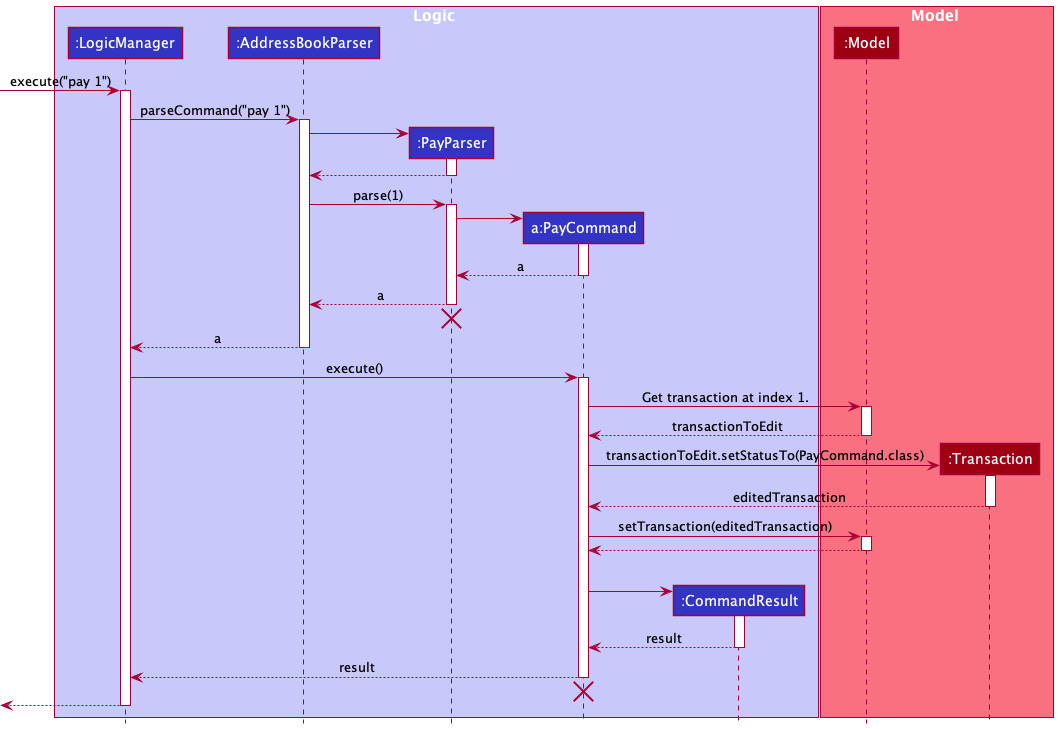
The PlantUML diagram docs/images/PaySequenceDiagram.png in nus-cs2103-AY2122S2/tp, before a commit. The source it was exported from:
```plantuml
@startuml
!include style.puml

box Logic LOGIC_COLOR_T1
participant ":LogicManager" as LogicManager LOGIC_COLOR
participant ":AddressBookParser" as AddressBookParser LOGIC_COLOR
participant ":PayParser" as PayParser LOGIC_COLOR
participant "a:PayCommand" as PayCommand LOGIC_COLOR
participant ":CommandResult" as CommandResult LOGIC_COLOR
end box

box Model MODEL_COLOR_T1
participant ":Model" as Model MODEL_COLOR
participant ":Transaction" as Transaction MODEL_COLOR
end box

[-> LogicManager : execute("pay 1")
activate LogicManager

LogicManager -> AddressBookParser : parseCommand("pay 1")
activate AddressBookParser

create PayParser
AddressBookParser -> PayParser
activate PayParser

PayParser --> AddressBookParser
deactivate PayParser

AddressBookParser -> PayParser : parse(1)
activate PayParser

create PayCommand
PayParser -> PayCommand
activate PayCommand


PayCommand --> PayParser : a
deactivate PayCommand

PayParser --> AddressBookParser : a
deactivate PayParser
PayParser -[hidden]-> AddressBookParser
destroy PayParser

AddressBookParser --> LogicManager : a
deactivate AddressBookParser

LogicManager -> PayCommand : execute()
activate PayCommand

PayCommand -> Model : Get transaction at index 1.
activate Model
Model --> PayCommand : transactionToEdit
deactivate Model

create Transaction
PayCommand -> Transaction : transactionToEdit.setStatusTo(PayCommand.class)
activate Transaction

Transaction --> PayCommand : editedTransaction
deactivate Transaction

PayCommand -> Model : setTransaction(editedTransaction)
activate Model

Model --> PayCommand
deactivate Model

PayCommand -[hidden]-> PayCommand
create CommandResult
PayCommand -> CommandResult
activate CommandResult

CommandResult --> PayCommand : result
deactivate CommandResult

PayCommand --> LogicManager : result
deactivate PayCommand
PayCommand -[hidden]-> AddressBookParser
destroy PayCommand

[<--LogicManager
deactivate LogicManager
@enduml
```
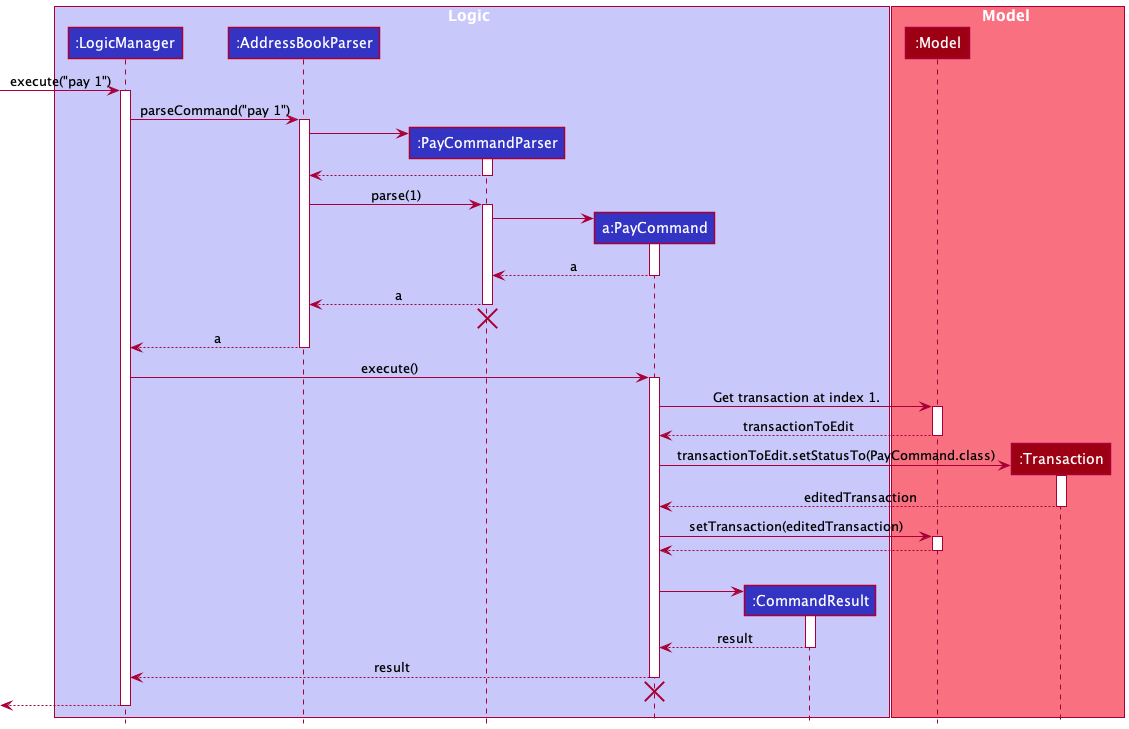
Above is the later version.

What changed in the source:
```diff
@@ -4,7 +4,7 @@
 box Logic LOGIC_COLOR_T1
 participant ":LogicManager" as LogicManager LOGIC_COLOR
 participant ":AddressBookParser" as AddressBookParser LOGIC_COLOR
-participant ":PayParser" as PayParser LOGIC_COLOR
+participant ":PayCommandParser" as PayCommandParser LOGIC_COLOR
 participant "a:PayCommand" as PayCommand LOGIC_COLOR
 participant ":CommandResult" as CommandResult LOGIC_COLOR
 end box
@@ -20,28 +20,28 @@
 LogicManager -> AddressBookParser : parseCommand("pay 1")
 activate AddressBookParser
 
-create PayParser
-AddressBookParser -> PayParser
-activate PayParser
+create PayCommandParser
+AddressBookParser -> PayCommandParser
+activate PayCommandParser
 
-PayParser --> AddressBookParser
-deactivate PayParser
+PayCommandParser --> AddressBookParser
+deactivate PayCommandParser
 
-AddressBookParser -> PayParser : parse(1)
-activate PayParser
+AddressBookParser -> PayCommandParser : parse(1)
+activate PayCommandParser
 
 create PayCommand
-PayParser -> PayCommand
+PayCommandParser -> PayCommand
 activate PayCommand
 
 
-PayCommand --> PayParser : a
+PayCommand --> PayCommandParser : a
 deactivate PayCommand
 
-PayParser --> AddressBookParser : a
-deactivate PayParser
-PayParser -[hidden]-> AddressBookParser
-destroy PayParser
+PayCommandParser --> AddressBookParser : a
+deactivate PayCommandParser
+PayCommandParser -[hidden]-> AddressBookParser
+destroy PayCommandParser
 
 AddressBookParser --> LogicManager : a
 deactivate AddressBookParser
```
